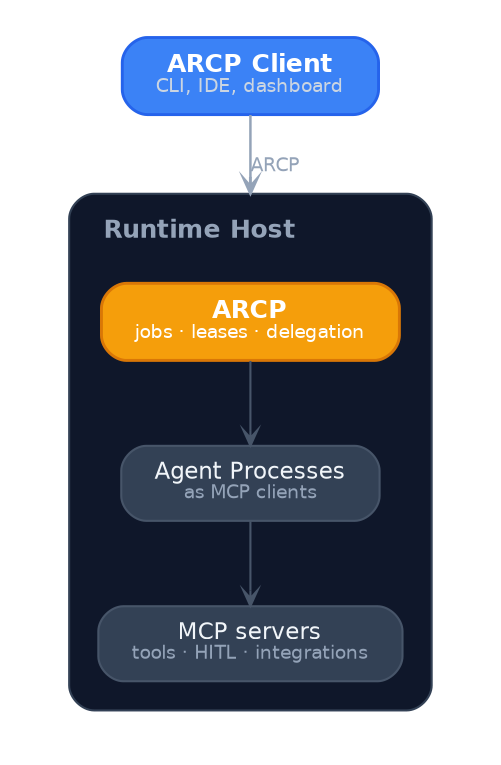
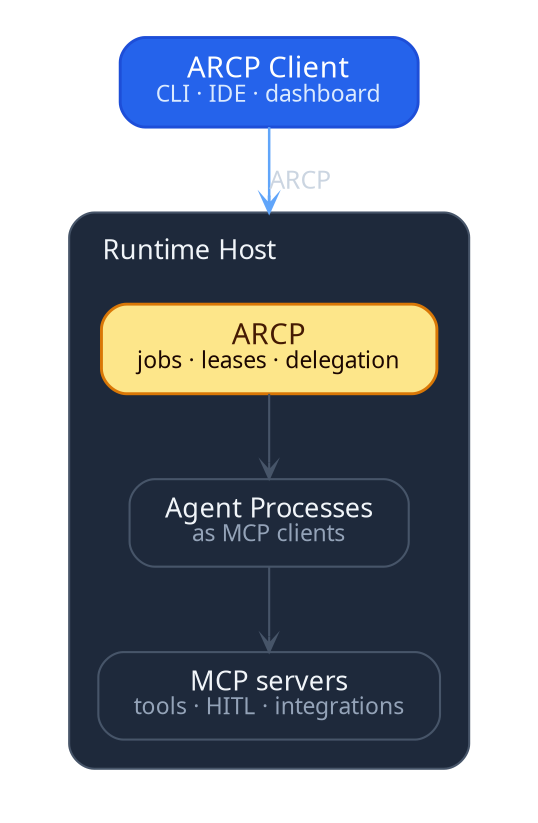
// ARCP system architecture (dark)
+ // Style harmonized with the PlantUML sequence diagrams: TT Commons Pro
+ // Trial for all text, shared slate/blue palette.
digraph SystemArchitecture {
-   rankdir=TB; bgcolor="transparent"; compound=true; fontname="Helvetica";
-   splines=ortho; nodesep=0.32; ranksep=0.55; pad="0.35,0.25";
+   rankdir=TB; bgcolor="transparent"; compound=true;
+   fontname="TT Commons Pro Trial";
+   splines=spline; nodesep=0.32; ranksep=0.55; pad="0.35,0.25";

-   node [shape=box, style="rounded,filled", fillcolor="#334155", color="#475569",
-         fontname="Helvetica", fontsize=11, fontcolor="#F1F5F9",
-         margin="0.22,0.11", penwidth=1.0];
-   edge [fontname="Helvetica", fontsize=9, fontcolor="#94A3B8", color="#64748B",
-         penwidth=1.1, arrowsize=0.75, arrowhead=vee];
+   node [shape=box, style="rounded,filled", fillcolor="#1E293B", color="#475569",
+         fontname="TT Commons Pro Trial", fontsize=13, fontcolor="#F1F5F9",
+         margin="0.24,0.13", penwidth=1.0];
+   edge [fontname="TT Commons Pro Trial", fontsize=12, fontcolor="#CBD5E1",
+         color="#64748B", penwidth=1.1, arrowsize=0.75, arrowhead=vee];

  Client [
-     label=<<FONT POINT-SIZE="12"><B>ARCP Client</B></FONT><BR/><FONT POINT-SIZE="9" COLOR="#CBD5E1">CLI, IDE, dashboard</FONT>>,
-     fillcolor="#3B82F6", color="#2563EB", fontcolor="white", penwidth=1.4
+     label=<<FONT POINT-SIZE="14">ARCP Client</FONT><BR/><FONT POINT-SIZE="11" COLOR="#DBEAFE">CLI · IDE · dashboard</FONT>>,
+     fillcolor="#2563EB", color="#1D4ED8", fontcolor="white", penwidth=1.4
  ];

  subgraph cluster_host {
-     label=<<TABLE BORDER="0" CELLBORDER="0" CELLPADDING="0" CELLSPACING="0"><TR><TD COLSPAN="3" HEIGHT="8"></TD></TR><TR><TD WIDTH="8"></TD><TD><FONT POINT-SIZE="12"><B>Runtime Host</B></FONT></TD><TD WIDTH="8"></TD></TR></TABLE>>;
+     label=<<TABLE BORDER="0" CELLBORDER="0" CELLPADDING="0" CELLSPACING="0"><TR><TD COLSPAN="3" HEIGHT="8"></TD></TR><TR><TD WIDTH="8"></TD><TD><FONT POINT-SIZE="13">Runtime Host</FONT></TD><TD WIDTH="8"></TD></TR></TABLE>>;
    style="rounded,filled";
-     fillcolor="#0F172A"; color="#334155";
-     fontname="Helvetica"; fontcolor="#94A3B8";
+     fillcolor="#1E293B"; color="#475569";
+     fontname="TT Commons Pro Trial"; fontcolor="#F1F5F9";
    margin=14; labeljust=l; penwidth=1.0;

    Arcp [
-       label=<<FONT POINT-SIZE="12"><B>ARCP</B></FONT><BR/><FONT POINT-SIZE="9" COLOR="white">jobs · leases · delegation</FONT>>,
-       fillcolor="#F59E0B", color="#D97706", fontcolor="white", penwidth=1.4
+       label=<<FONT POINT-SIZE="14">ARCP</FONT><BR/><FONT POINT-SIZE="11" COLOR="#1C0701">jobs · leases · delegation</FONT>>,
+       fillcolor="#FDE68A", color="#D97706", fontcolor="#451A03", penwidth=1.4
    ];

-     Agents [label=<<FONT POINT-SIZE="11">Agent Processes</FONT><BR/><FONT POINT-SIZE="9" COLOR="#94A3B8">as MCP clients</FONT>>];
+     Agents [label=<<FONT POINT-SIZE="13">Agent Processes</FONT><BR/><FONT POINT-SIZE="11" COLOR="#94A3B8">as MCP clients</FONT>>];

-     Mcp [label=<<FONT POINT-SIZE="11">MCP servers</FONT><BR/><FONT POINT-SIZE="9" COLOR="#94A3B8">tools · HITL · integrations</FONT>>];
+     Mcp [label=<<FONT POINT-SIZE="13">MCP servers</FONT><BR/><FONT POINT-SIZE="11" COLOR="#94A3B8">tools · HITL · integrations</FONT>>];
  }

-   edge [color="#94A3B8", penwidth=1.2];
+   edge [color="#60A5FA", penwidth=1.2, fontcolor="#CBD5E1"];
  Client -> Arcp [label="ARCP", lhead=cluster_host];

  edge [color="#475569", penwidth=1.0];
  Arcp   -> Agents;
  Agents -> Mcp;
}
